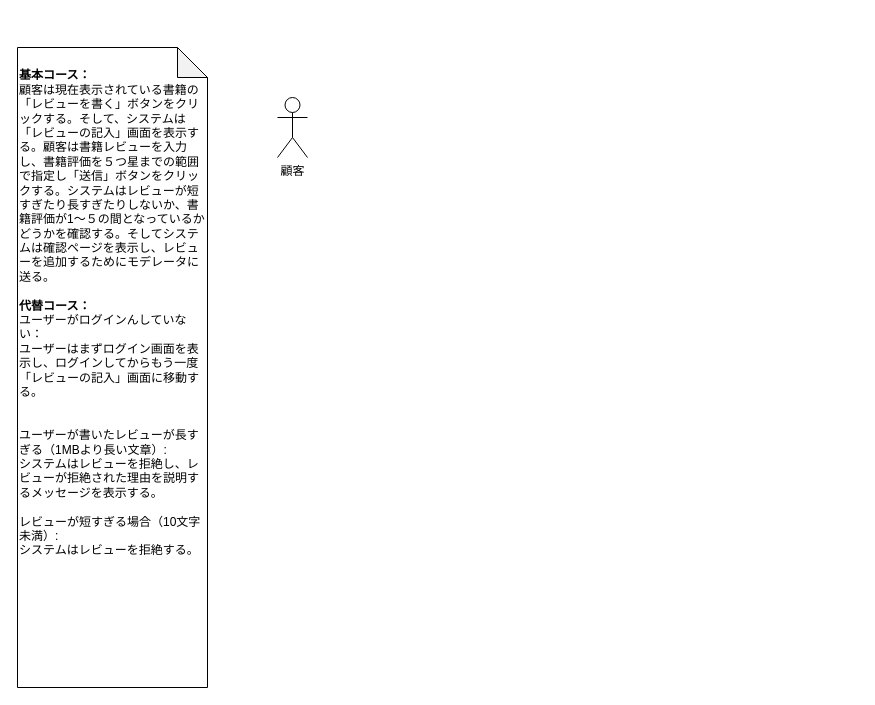
This is architecture/robastness/顧客レビューを書く.drawio from rinotc/practice_iconix, a draw.io file, before an edit. Source tidied: cells renumbered, new cells numbered last; positions are measured from the earlier drawing's top-left corner, leaving out a move shared by most shapes. Both pictures are drawn from the tidied source at 100%, with x=0, y=0 at pixel (17, 47).
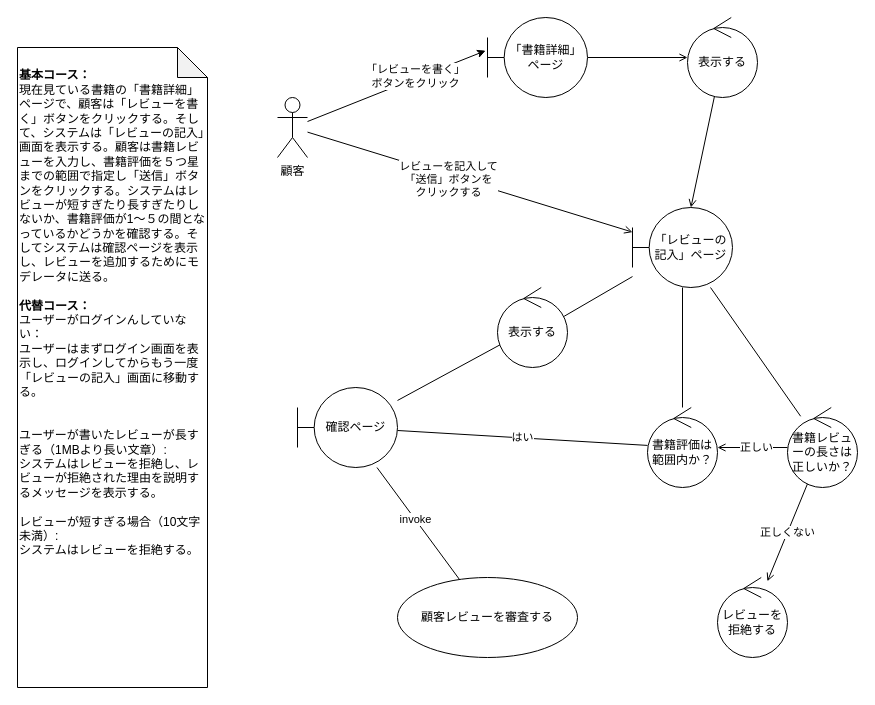
After the change.

Commit message:
Update 顧客レビューを書く.drawio

Unchanged cells that the change refers to:
```xml
<mxCell id="3" value="顧客" style="shape=umlActor;verticalLabelPosition=bottom;verticalAlign=top;html=1;" parent="1" vertex="1">
  <mxGeometry x="260" y="50" width="30" height="60" as="geometry" />
</mxCell>
```

Diff of the diagram source:
```diff
@@
-    <mxCell id="2" value="&lt;b&gt;&lt;br&gt;基本コース：&lt;/b&gt;&lt;br&gt;顧客は現在表示されている書籍の「レビューを書く」ボタンをクリックする。そして、システムは「レビューの記入」画面を表示する。顧客は書籍レビューを入力し、書籍評価を５つ星までの範囲で指定し「送信」ボタンをクリックする。システムはレビューが短すぎたり長すぎたりしないか、書籍評価が1〜５の間となっているかどうかを確認する。そしてシステムは確認ページを表示し、レビューを追加するためにモデレータに送る。&lt;br&gt;&lt;br&gt;&lt;b&gt;代替コース：&lt;br&gt;&lt;/b&gt;ユーザーがログインんしていない：&lt;br&gt;ユーザーはまずログイン画面を表示し、ログインしてからもう一度「レビューの記入」画面に移動する。&lt;br&gt;&lt;br&gt;&lt;br&gt;ユーザーが書いたレビューが長すぎる（1MBより長い文章）:&lt;br&gt;システムはレビューを拒絶し、レビューが拒絶された理由を説明するメッセージを表示する。&lt;br&gt;&lt;br&gt;レビューが短すぎる場合（10文字未満）:&lt;br&gt;システムはレビューを拒絶する。" style="shape=note;whiteSpace=wrap;html=1;backgroundOutline=1;darkOpacity=0.05;align=left;verticalAlign=top;" parent="1" vertex="1">
+    <mxCell id="2" value="&lt;b&gt;&lt;br&gt;基本コース：&lt;/b&gt;&lt;br&gt;現在見ている書籍の「書籍詳細」ページで、顧客は「レビューを書く」ボタンをクリックする。そして、システムは「レビューの記入」画面を表示する。顧客は書籍レビューを入力し、書籍評価を５つ星までの範囲で指定し「送信」ボタンをクリックする。システムはレビューが短すぎたり長すぎたりしないか、書籍評価が1〜５の間となっているかどうかを確認する。そしてシステムは確認ページを表示し、レビューを追加するためにモデレータに送る。&lt;br&gt;&lt;br&gt;&lt;b&gt;代替コース：&lt;br&gt;&lt;/b&gt;ユーザーがログインんしていない：&lt;br&gt;ユーザーはまずログイン画面を表示し、ログインしてからもう一度「レビューの記入」画面に移動する。&lt;br&gt;&lt;br&gt;&lt;br&gt;ユーザーが書いたレビューが長すぎる（1MBより長い文章）:&lt;br&gt;システムはレビューを拒絶し、レビューが拒絶された理由を説明するメッセージを表示する。&lt;br&gt;&lt;br&gt;レビューが短すぎる場合（10文字未満）:&lt;br&gt;システムはレビューを拒絶する。" style="shape=note;whiteSpace=wrap;html=1;backgroundOutline=1;darkOpacity=0.05;align=left;verticalAlign=top;" parent="1" vertex="1">
       <mxGeometry width="190" height="640" as="geometry" />
     </mxCell>
+    <mxCell id="4" style="rounded=0;jettySize=auto;html=1;entryX=-0.019;entryY=0.415;entryDx=0;entryDy=0;entryPerimeter=0;" parent="1" edge="1" source="3" target="20">
+      <mxGeometry relative="1" as="geometry" />
+    </mxCell>
+    <mxCell id="5" value="「レビューを書く」&lt;br&gt;ボタンをクリック" style="edgeLabel;html=1;align=center;verticalAlign=middle;" parent="4" vertex="1">
+      <mxGeometry x="0.22" y="3" relative="1" as="geometry" />
+    </mxCell>
+    <mxCell id="6" style="edgeStyle=none;rounded=0;jettySize=auto;html=1;endArrow=open;endFill=0;" parent="1" edge="1" source="3" target="11">
+      <mxGeometry relative="1" as="geometry" />
+    </mxCell>
+    <mxCell id="7" value="レビューを記入して&lt;br&gt;「送信」ボタンを&lt;br&gt;クリックする" style="edgeLabel;html=1;align=center;verticalAlign=middle;" parent="6" vertex="1">
+      <mxGeometry x="-0.13" y="-4" relative="1" as="geometry" />
+    </mxCell>
@@
+    <mxCell id="8" style="edgeStyle=none;rounded=0;jettySize=auto;html=1;endArrow=none;endFill=0;" parent="1" edge="1" source="11" target="13">
+      <mxGeometry relative="1" as="geometry" />
+    </mxCell>
+    <mxCell id="9" style="edgeStyle=none;rounded=0;jettySize=auto;html=1;endArrow=none;endFill=0;" parent="1" edge="1" source="11" target="17">
+      <mxGeometry relative="1" as="geometry" />
+    </mxCell>
+    <mxCell id="10" style="edgeStyle=none;rounded=0;jettySize=auto;html=1;endArrow=none;endFill=0;entryX=0.952;entryY=0.36;entryDx=0;entryDy=0;entryPerimeter=0;" parent="1" edge="1" source="11" target="27">
+      <mxGeometry relative="1" as="geometry" />
+    </mxCell>
+    <mxCell id="11" value="「レビューの記入」ページ" style="shape=umlBoundary;whiteSpace=wrap;html=1;" parent="1" vertex="1">
+      <mxGeometry x="615" y="160" width="100" height="80" as="geometry" />
+    </mxCell>
+    <mxCell id="12" value="はい" style="edgeStyle=none;rounded=0;jettySize=auto;html=1;endArrow=none;endFill=0;" parent="1" edge="1" source="13" target="25">
+      <mxGeometry relative="1" as="geometry" />
+    </mxCell>
+    <mxCell id="13" value="書籍評価は範囲内か？" style="ellipse;shape=umlControl;whiteSpace=wrap;html=1;" parent="1" vertex="1">
+      <mxGeometry x="630" y="360" width="70" height="80" as="geometry" />
+    </mxCell>
+    <mxCell id="14" style="edgeStyle=none;rounded=0;jettySize=auto;html=1;endArrow=open;endFill=0;" parent="1" edge="1" source="17" target="13">
+      <mxGeometry relative="1" as="geometry" />
+    </mxCell>
+    <mxCell id="15" value="正しい" style="edgeLabel;html=1;align=center;verticalAlign=middle;" parent="14" vertex="1">
+      <mxGeometry x="-0.08" y="-1" relative="1" as="geometry" />
+    </mxCell>
+    <mxCell id="16" value="正しくない" style="edgeStyle=none;rounded=0;jettySize=auto;html=1;endArrow=open;endFill=0;" parent="1" edge="1" source="17" target="18">
+      <mxGeometry relative="1" as="geometry" />
+    </mxCell>
+    <mxCell id="17" value="書籍レビューの長さは正しいか？" style="ellipse;shape=umlControl;whiteSpace=wrap;html=1;" parent="1" vertex="1">
+      <mxGeometry x="770" y="360" width="70" height="80" as="geometry" />
+    </mxCell>
+    <mxCell id="18" value="レビューを拒絶する" style="ellipse;shape=umlControl;whiteSpace=wrap;html=1;" parent="1" vertex="1">
+      <mxGeometry x="700" y="530" width="70" height="80" as="geometry" />
+    </mxCell>
+    <mxCell id="19" style="edgeStyle=none;rounded=0;jettySize=auto;html=1;endArrow=open;endFill=0;" parent="1" edge="1" source="20" target="22">
+      <mxGeometry relative="1" as="geometry" />
+    </mxCell>
+    <mxCell id="20" value="「書籍詳細」ページ" style="shape=umlBoundary;whiteSpace=wrap;html=1;" parent="1" vertex="1">
+      <mxGeometry x="470" y="-30" width="100" height="80" as="geometry" />
+    </mxCell>
+    <mxCell id="21" style="edgeStyle=none;rounded=0;jettySize=auto;html=1;endArrow=open;endFill=0;" parent="1" edge="1" source="22" target="11">
+      <mxGeometry relative="1" as="geometry" />
+    </mxCell>
+    <mxCell id="22" value="表示する" style="ellipse;shape=umlControl;whiteSpace=wrap;html=1;" parent="1" vertex="1">
+      <mxGeometry x="670" y="-30" width="70" height="80" as="geometry" />
+    </mxCell>
+    <mxCell id="23" style="edgeStyle=none;rounded=0;jettySize=auto;html=1;endArrow=none;endFill=0;" parent="1" edge="1" source="25" target="28">
+      <mxGeometry relative="1" as="geometry" />
+    </mxCell>
+    <mxCell id="24" value="invoke" style="edgeLabel;html=1;align=center;verticalAlign=middle;" parent="23" vertex="1">
+      <mxGeometry x="-0.08" relative="1" as="geometry" />
+    </mxCell>
+    <mxCell id="25" value="確認ページ" style="shape=umlBoundary;whiteSpace=wrap;html=1;" parent="1" vertex="1">
+      <mxGeometry x="280" y="340" width="100" height="80" as="geometry" />
+    </mxCell>
+    <mxCell id="26" style="edgeStyle=none;rounded=0;jettySize=auto;html=1;endArrow=none;endFill=0;" parent="1" edge="1" source="27" target="25">
+      <mxGeometry relative="1" as="geometry" />
+    </mxCell>
+    <mxCell id="27" value="表示する" style="ellipse;shape=umlControl;whiteSpace=wrap;html=1;" parent="1" vertex="1">
+      <mxGeometry x="480" y="240" width="70" height="80" as="geometry" />
+    </mxCell>
+    <mxCell id="28" value="顧客レビューを審査する" style="ellipse;whiteSpace=wrap;html=1;" parent="1" vertex="1">
+      <mxGeometry x="380" y="530" width="180" height="80" as="geometry" />
+    </mxCell>
```
